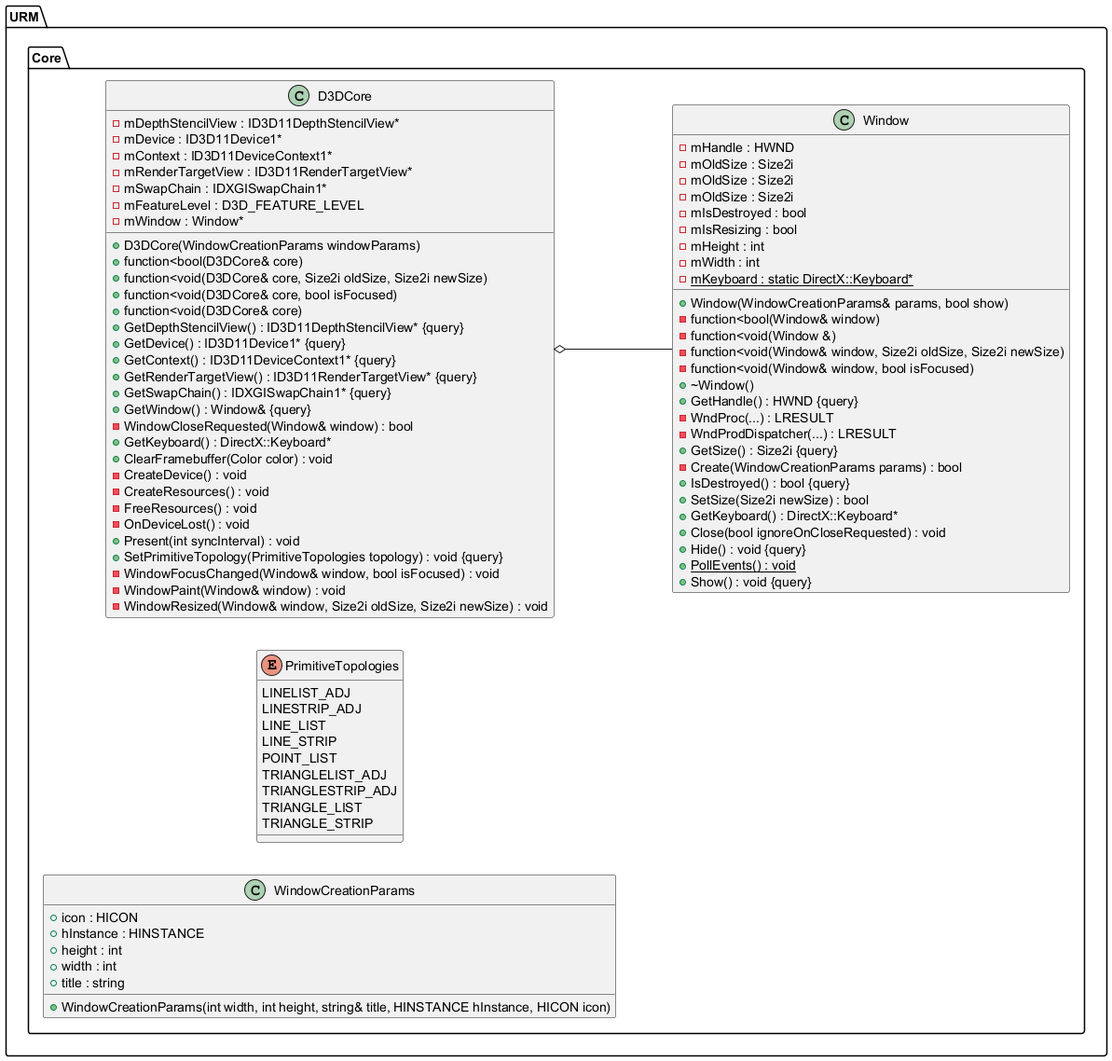
The PlantUML diagram Latex/images/UML/core.png in MinikPLayer/MasterThesis_UniversalRenderingModule_D3D11, before a commit.
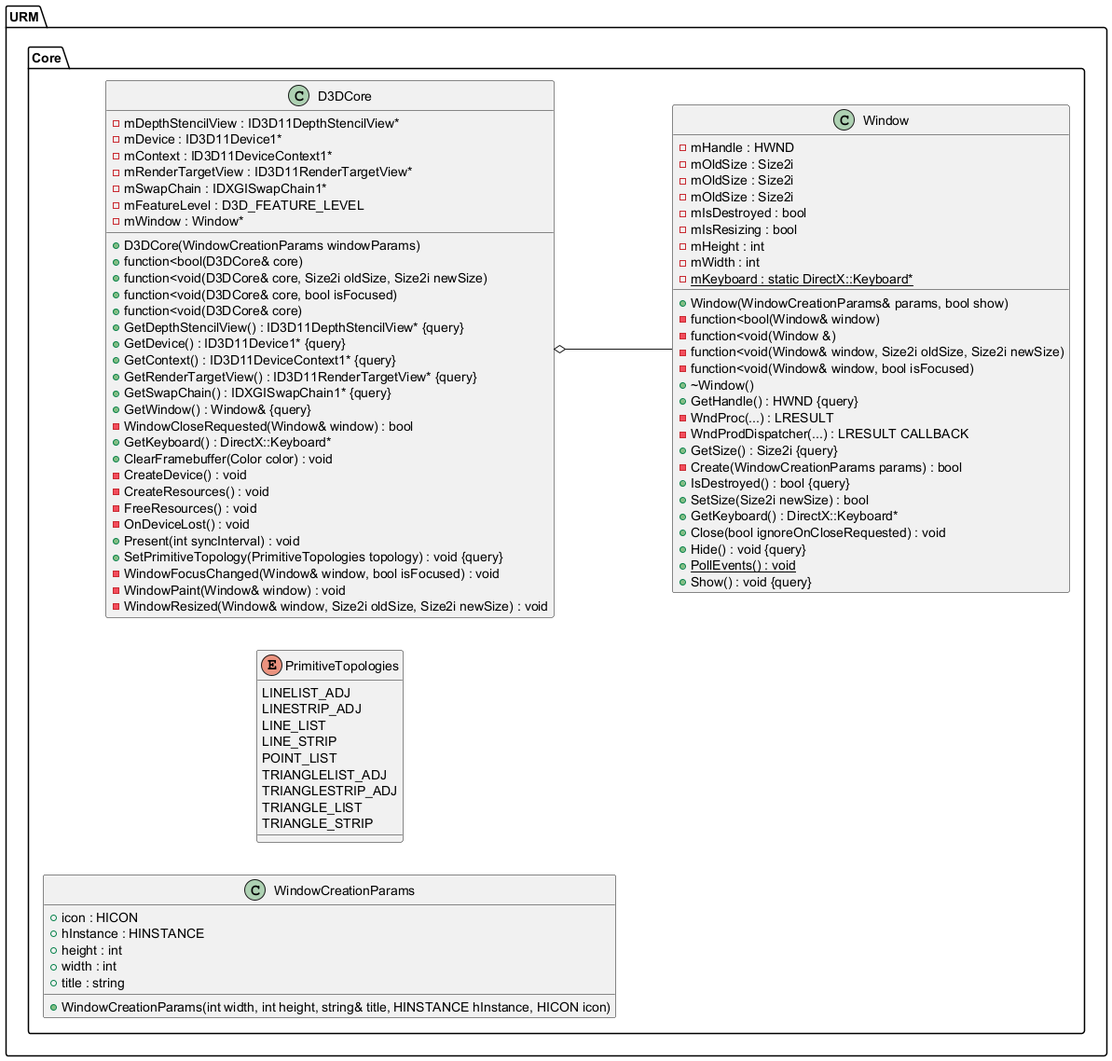
After the commit.

The edit, as a diff of the source:
```diff
@@ -51,7 +51,7 @@
 			+GetHandle() : HWND {query}
 			-mHandle : HWND
 			-WndProc(...) : LRESULT
-			-WndProdDispatcher(...) : LRESULT
+			-WndProdDispatcher(...) : LRESULT CALLBACK
 			+GetSize() : Size2i {query}
 			-mOldSize : Size2i
 			-mOldSize : Size2i
```
